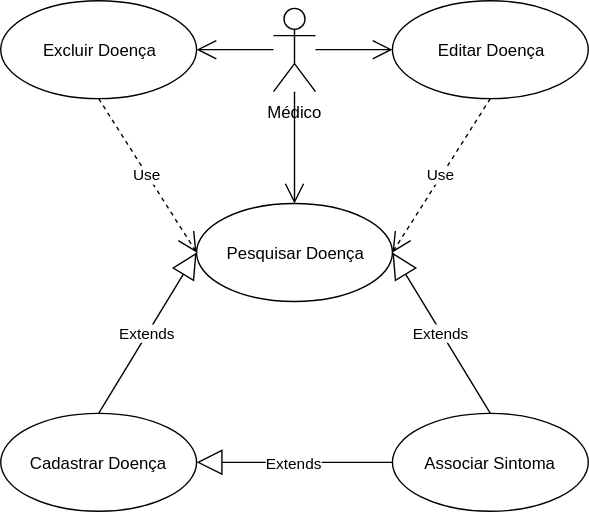
Before: doc/casosDeUso/pesquisarDoença.svg, a diagram exported from draw.io (Judahh/pocketDoc). Source tidied: cells renumbered, new cells last; positions are measured from the earlier drawing's top-left corner, leaving out a move shared by most shapes.
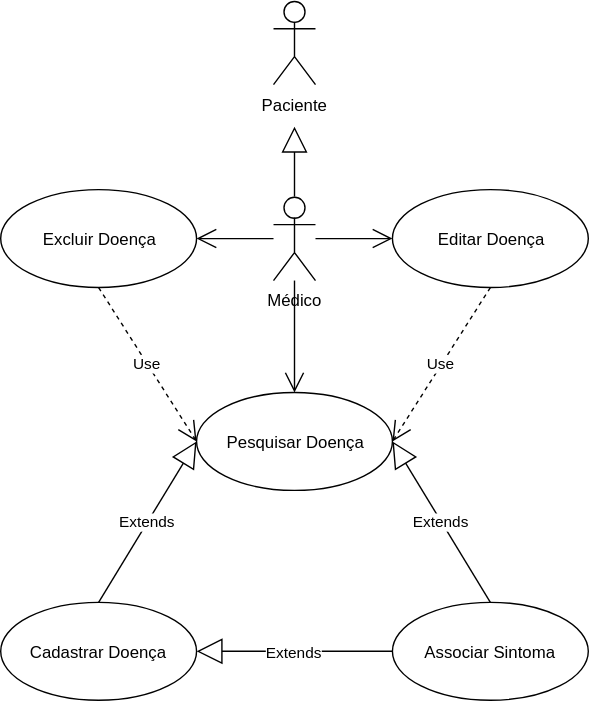
The same file after the commit.

Change to the diagram source:
```diff
@@ -50,5 +50,14 @@
         <mxPoint x="210" y="65" as="sourcePoint" />
       </mxGeometry>
     </mxCell>
+    <mxCell id="16" value="Paciente" style="shape=umlActor;verticalLabelPosition=bottom;labelBackgroundColor=#ffffff;verticalAlign=top;html=1;" parent="1" vertex="1">
+      <mxGeometry x="195" y="-135" width="30" height="60" as="geometry" />
+    </mxCell>
+    <mxCell id="17" style="endArrow=block;endSize=16;endFill=0;html=1;exitX=0.5;exitY=0;exitPerimeter=0;" parent="1" edge="1">
+      <mxGeometry relative="1" as="geometry">
+        <mxPoint x="210" y="5" as="sourcePoint" />
+        <mxPoint x="210" y="-45" as="targetPoint" />
+      </mxGeometry>
+    </mxCell>
   </root>
 </mxGraphModel>
```
